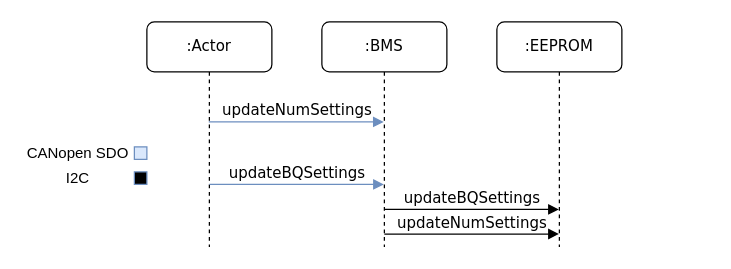
RIT-EVT/BMS keeps this draw.io diagram as docs/source/_static/original/bq_settings_update_sequence.drawio. Above is the earlier version. Source tidied: cells renumbered, new cells numbered last; positions are measured from the earlier drawing's top-left corner, leaving out a move shared by most shapes. Both pictures are drawn from the tidied source at 125%, with x=0, y=0 at pixel (21, 21).
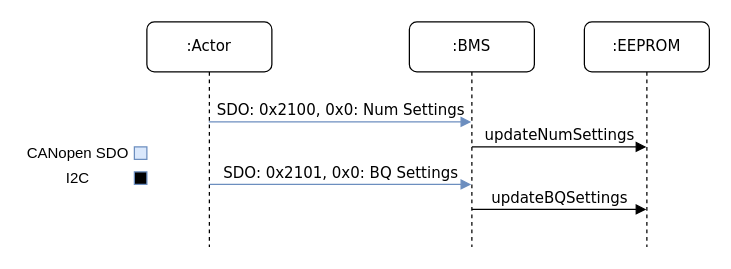
The same diagram, later.

The change refers to these unchanged cells:
```xml
<mxCell id="4" value=":Actor" style="shape=umlLifeline;perimeter=lifelinePerimeter;whiteSpace=wrap;html=1;outlineConnect=0;rounded=1;shadow=0;comic=0;labelBackgroundColor=none;strokeWidth=1;fontFamily=Verdana;fontSize=12;align=center;" parent="1" vertex="1">
  <mxGeometry x="100" width="100" height="180" as="geometry" />
</mxCell>
```

What changed in the source:
```diff
@@
     <mxCell id="2" value=":BMS" style="shape=umlLifeline;perimeter=lifelinePerimeter;whiteSpace=wrap;html=1;outlineConnect=0;rounded=1;shadow=0;comic=0;labelBackgroundColor=none;strokeWidth=1;fontFamily=Verdana;fontSize=12;align=center;" parent="1" vertex="1">
-      <mxGeometry x="240" width="100" height="180" as="geometry" />
+      <mxGeometry x="310" width="100" height="180" as="geometry" />
     </mxCell>
     <mxCell id="3" value=":EEPROM" style="shape=umlLifeline;perimeter=lifelinePerimeter;whiteSpace=wrap;html=1;rounded=1;shadow=0;comic=0;labelBackgroundColor=none;strokeWidth=1;fontFamily=Verdana;fontSize=12;align=center;" parent="1" vertex="1">
-      <mxGeometry x="380" width="100" height="180" as="geometry" />
+      <mxGeometry x="450" width="100" height="180" as="geometry" />
     </mxCell>
+    <mxCell id="8" value="updateNumSettings" style="html=1;verticalAlign=bottom;endArrow=block;labelBackgroundColor=none;fontFamily=Verdana;fontSize=12;edgeStyle=elbowEdgeStyle;elbow=vertical;" parent="3" edge="1">
+      <mxGeometry relative="1" as="geometry">
+        <mxPoint x="-90" y="100" as="sourcePoint" />
+        <mxPoint x="49.6" y="100" as="targetPoint" />
+        <Array as="points">
+          <mxPoint x="-29.9" y="100" />
+          <mxPoint x="-39.9" y="120" />
+        </Array>
+      </mxGeometry>
+    </mxCell>
@@
-    <mxCell id="5" value="updateNumSettings" style="html=1;verticalAlign=bottom;endArrow=block;labelBackgroundColor=none;fontFamily=Verdana;fontSize=12;edgeStyle=elbowEdgeStyle;elbow=vertical;fillColor=#dae8fc;strokeColor=#6c8ebf;" parent="1" edge="1" source="4" target="2">
+    <mxCell id="5" value="SDO: 0x2100, 0x0: Num Settings" style="html=1;verticalAlign=bottom;endArrow=block;labelBackgroundColor=none;fontFamily=Verdana;fontSize=12;edgeStyle=elbowEdgeStyle;elbow=vertical;fillColor=#dae8fc;strokeColor=#6c8ebf;" parent="1" edge="1" source="4" target="2">
       <mxGeometry relative="1" as="geometry">
         <Array as="points">
           <mxPoint x="210" y="80" />
           <mxPoint x="200" y="100" />
         </Array>
       </mxGeometry>
     </mxCell>
-    <mxCell id="6" value="updateBQSettings" style="html=1;verticalAlign=bottom;endArrow=block;labelBackgroundColor=none;fontFamily=Verdana;fontSize=12;edgeStyle=elbowEdgeStyle;elbow=vertical;fillColor=#dae8fc;strokeColor=#6c8ebf;" parent="1" edge="1">
+    <mxCell id="6" value="SDO: 0x2101, 0x0: BQ Settings" style="html=1;verticalAlign=bottom;endArrow=block;labelBackgroundColor=none;fontFamily=Verdana;fontSize=12;edgeStyle=elbowEdgeStyle;elbow=vertical;fillColor=#dae8fc;strokeColor=#6c8ebf;" parent="1" edge="1" target="2">
       <mxGeometry relative="1" as="geometry">
         <mxPoint x="150" y="130" as="sourcePoint" />
-        <mxPoint x="289.6" y="130" as="targetPoint" />
         <Array as="points">
           <mxPoint x="210.1" y="130" />
           <mxPoint x="200.1" y="150" />
         </Array>
       </mxGeometry>
     </mxCell>
     <mxCell id="7" value="updateBQSettings" style="html=1;verticalAlign=bottom;endArrow=block;labelBackgroundColor=none;fontFamily=Verdana;fontSize=12;edgeStyle=elbowEdgeStyle;elbow=vertical;" parent="1" edge="1">
       <mxGeometry relative="1" as="geometry">
-        <mxPoint x="290" y="150" as="sourcePoint" />
-        <mxPoint x="429.6" y="150" as="targetPoint" />
+        <mxPoint x="360" y="150" as="sourcePoint" />
+        <mxPoint x="499.6" y="150" as="targetPoint" />
         <Array as="points">
-          <mxPoint x="350.1" y="150" />
-          <mxPoint x="340.1" y="170" />
+          <mxPoint x="420.1" y="150" />
+          <mxPoint x="410.1" y="170" />
         </Array>
       </mxGeometry>
     </mxCell>
-    <mxCell id="8" value="updateNumSettings" style="html=1;verticalAlign=bottom;endArrow=block;labelBackgroundColor=none;fontFamily=Verdana;fontSize=12;edgeStyle=elbowEdgeStyle;elbow=vertical;" parent="1" edge="1">
-      <mxGeometry relative="1" as="geometry">
-        <mxPoint x="290" y="169.7" as="sourcePoint" />
-        <mxPoint x="429.6" y="169.7" as="targetPoint" />
-        <Array as="points">
-          <mxPoint x="350.1" y="169.7" />
-          <mxPoint x="340.1" y="189.7" />
-        </Array>
-      </mxGeometry>
-    </mxCell>
```
